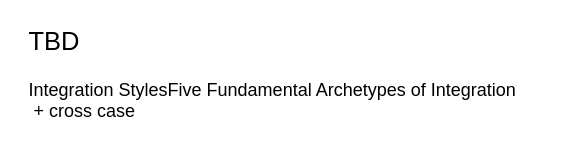
stn1slv/isa-m-diagrams keeps this draw.io diagram as page "IntegrationStyles:Archetypes" (2 of 5) of ISA-M.drawio. Above is the earlier version. Source tidied: cells renumbered, new cells numbered last; positions are measured from the earlier drawing's top-left corner, leaving out a move shared by most shapes. Both pictures are drawn from the tidied source at 150%, with x=0, y=0 at pixel (26, 51).
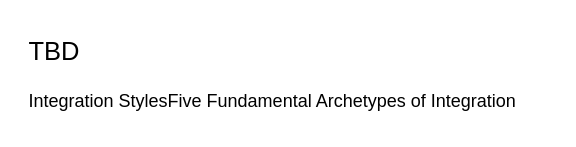
Above is the later version.

Change to the diagram source:
```diff
@@
 <mxGraphModel>
   <root>
     <mxCell id="0" />
     <mxCell id="1" parent="0" />
-    <mxCell id="2" value="&lt;font style=&quot;font-size: 17px;&quot;&gt;TBD&lt;/font&gt;&lt;br&gt;&lt;br&gt;&lt;div&gt;Integration StylesFive Fundamental Archetypes of Integration&lt;/div&gt;&lt;div&gt;&amp;nbsp;+ cross case&lt;/div&gt;" style="text;html=1;strokeColor=none;fillColor=none;align=left;verticalAlign=middle;whiteSpace=wrap;rounded=0;" parent="1" vertex="1">
+    <mxCell id="2" value="&lt;font style=&quot;font-size: 17px;&quot;&gt;TBD&lt;/font&gt;&lt;br&gt;&lt;br&gt;&lt;div&gt;Integration StylesFive Fundamental Archetypes of Integration&lt;/div&gt;" style="text;html=1;strokeColor=none;fillColor=none;align=left;verticalAlign=middle;whiteSpace=wrap;rounded=0;" parent="1" vertex="1">
       <mxGeometry width="350" height="30" as="geometry" />
     </mxCell>
   </root>
 </mxGraphModel>
```
